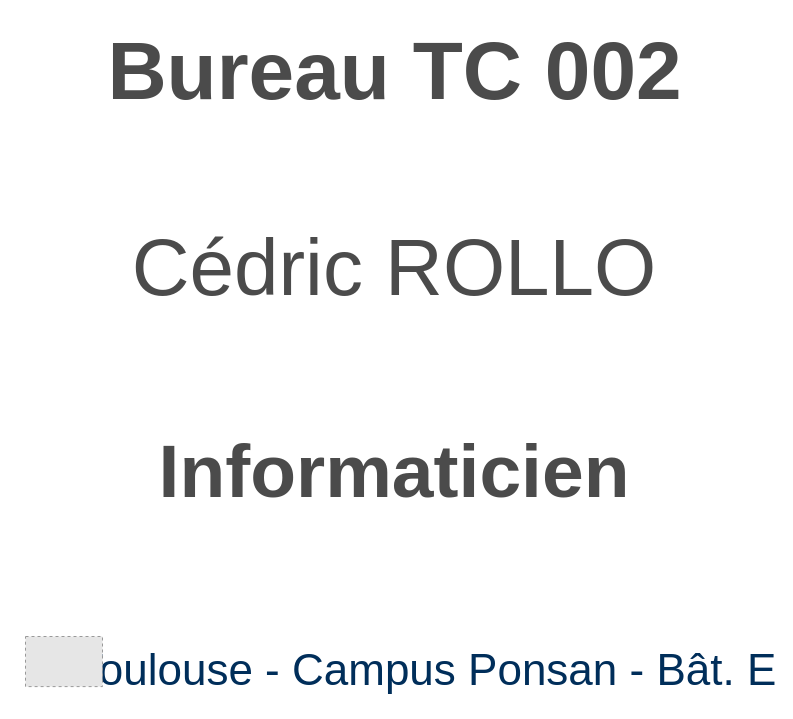
This is Papier Bureau.drawio from gI7DUmmY/diagrams, a draw.io file, before an edit. Source tidied: cells renumbered, new cells numbered last; positions are measured from the earlier drawing's top-left corner, leaving out a move shared by most shapes. Both pictures are drawn from the tidied source at 100%, with x=0, y=0 at pixel (25, 17). Pictures stored in the file or linked from it are replaced by grey dashed boxes.
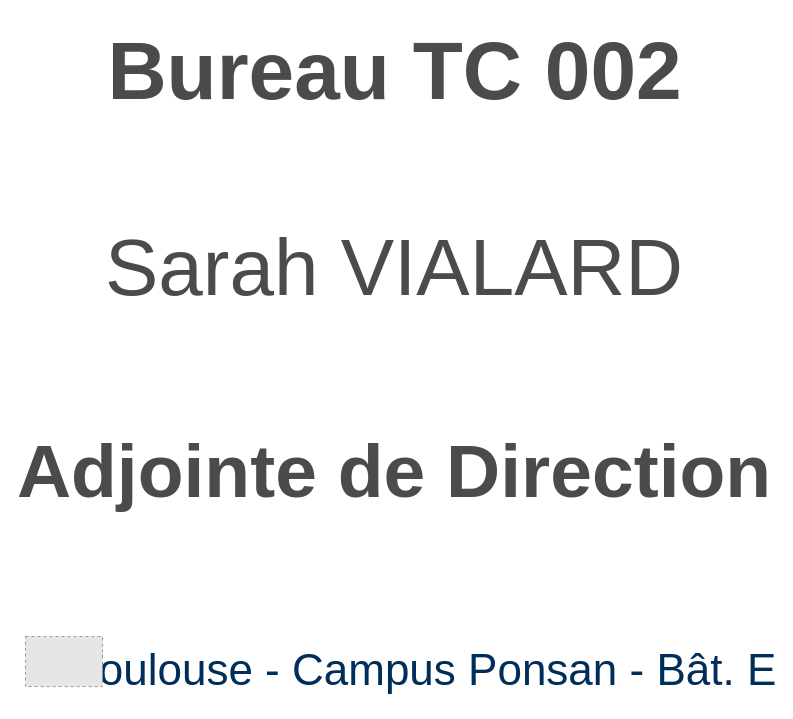
The same diagram, later.

Commit message:
Mettre à jour Papier Bureau.drawio

The edit, as a diff of the source:
```diff
@@
 <mxGraphModel>
   <root>
     <mxCell id="0" />
     <mxCell id="1" parent="0" />
     <mxCell id="2" value="&lt;font face=&quot;Barlow semi-bold&quot;&gt;&lt;b&gt;Bureau TC 002&lt;/b&gt;&lt;/font&gt;" style="text;html=1;align=center;verticalAlign=middle;strokeColor=none;fillColor=none;fontFamily=Barlow semi-bold;fontSize=82;fontStyle=0;labelPosition=center;verticalLabelPosition=middle;fontColor=#4B4B4B;" parent="1" vertex="1">
       <mxGeometry x="90" width="558" height="108" as="geometry" />
     </mxCell>
-    <mxCell id="3" value="&lt;b style=&quot;color: rgb(75, 75, 75); font-family: &amp;quot;Barlow Light&amp;quot;; text-wrap-mode: nowrap;&quot;&gt;&lt;font&gt;Informaticien&lt;/font&gt;&lt;/b&gt;" style="text;html=1;align=center;verticalAlign=middle;whiteSpace=wrap;rounded=0;fontSize=75;" parent="1" vertex="1">
+    <mxCell id="3" value="&lt;b style=&quot;color: rgb(75, 75, 75); font-family: &amp;quot;Barlow Light&amp;quot;; text-wrap-mode: nowrap;&quot;&gt;&lt;font&gt;Adjointe de Direction&lt;/font&gt;&lt;/b&gt;" style="text;html=1;align=center;verticalAlign=middle;whiteSpace=wrap;rounded=0;fontSize=75;" parent="1" vertex="1">
       <mxGeometry x="153" y="403" width="432" height="99" as="geometry" />
     </mxCell>
-    <mxCell id="4" value="&lt;span style=&quot;color: rgb(75, 75, 75); font-family: &amp;quot;Barlow Light&amp;quot;; text-wrap-mode: nowrap;&quot;&gt;&lt;font&gt;Cédric ROLLO&lt;/font&gt;&lt;/span&gt;" style="text;html=1;align=center;verticalAlign=middle;whiteSpace=wrap;rounded=0;fontSize=80;" parent="1" vertex="1">
+    <mxCell id="4" value="&lt;span style=&quot;color: rgb(75, 75, 75); font-family: &amp;quot;Barlow Light&amp;quot;; text-wrap-mode: nowrap;&quot;&gt;&lt;font&gt;Sarah VIALARD&lt;/font&gt;&lt;/span&gt;" style="text;html=1;align=center;verticalAlign=middle;whiteSpace=wrap;rounded=0;fontSize=80;" parent="1" vertex="1">
       <mxGeometry x="135" y="196" width="468" height="108" as="geometry" />
     </mxCell>
     <mxCell id="5" style="group;" parent="1" vertex="1">
       <mxGeometry y="619" width="729" height="63" as="geometry" />
     </mxCell>
     <mxCell id="6" value="&lt;font style=&quot;color: rgb(0, 46, 90);&quot;&gt;Toulouse - Campus Ponsan - Bât. E&lt;/font&gt;" style="text;align=center;verticalAlign=middle;strokeColor=none;fillColor=none;fontSize=44;fontFamily=Nilland extra-bold;html=1;fontColor=#4B4B4B;" parent="5" vertex="1">
       <mxGeometry x="77" y="2.4" width="648" height="63" as="geometry" />
     </mxCell>
     <mxCell id="7" style="fillColor=#E6E6E6;strokeColor=#999999;dashed=1;verticalLabelPosition=bottom;labelBackgroundColor=default;verticalAlign=top;" parent="5" vertex="1">
       <mxGeometry width="77" height="50.1" as="geometry" />
     </mxCell>
   </root>
 </mxGraphModel>
```
